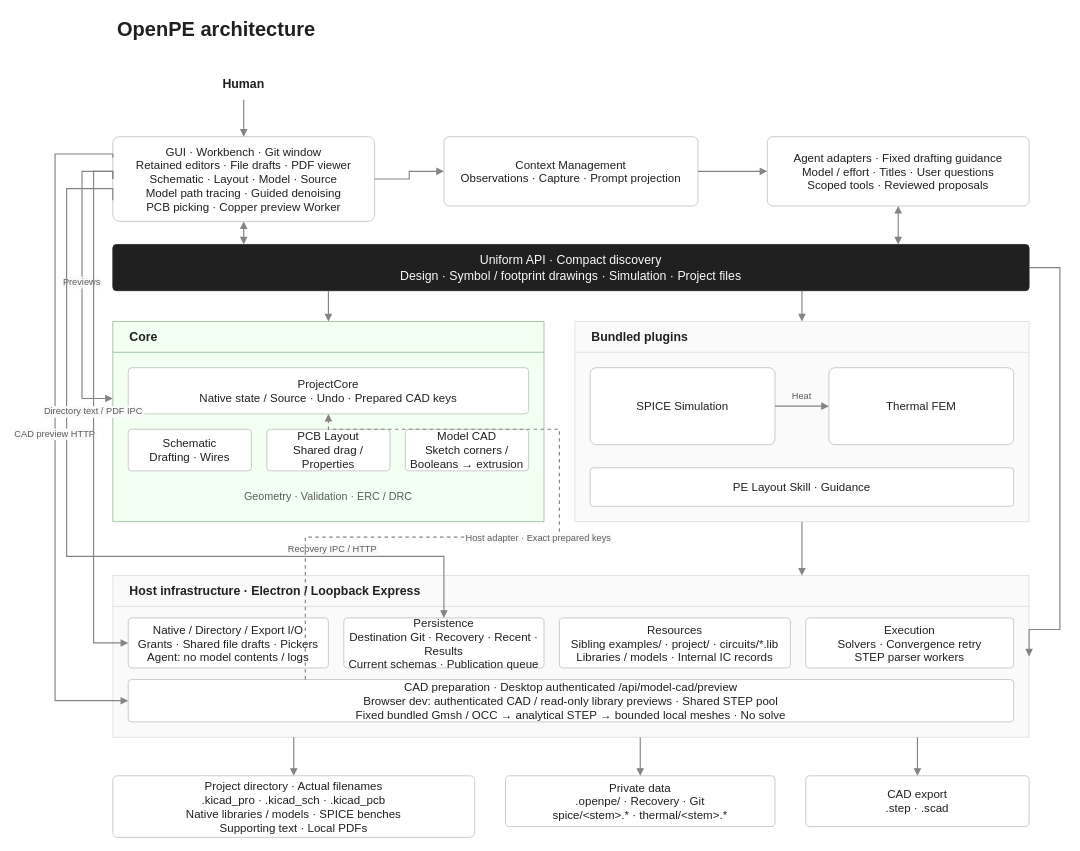
Open-Power-Electronics/OpenPE keeps this draw.io diagram as assets/architecture.drawio. Above is the earlier version. Source tidied: cells renumbered, new cells numbered last; positions are measured from the earlier drawing's top-left corner, leaving out a move shared by most shapes. Both pictures are drawn from the tidied source at 77%, with x=0, y=0 at pixel (55, 13).
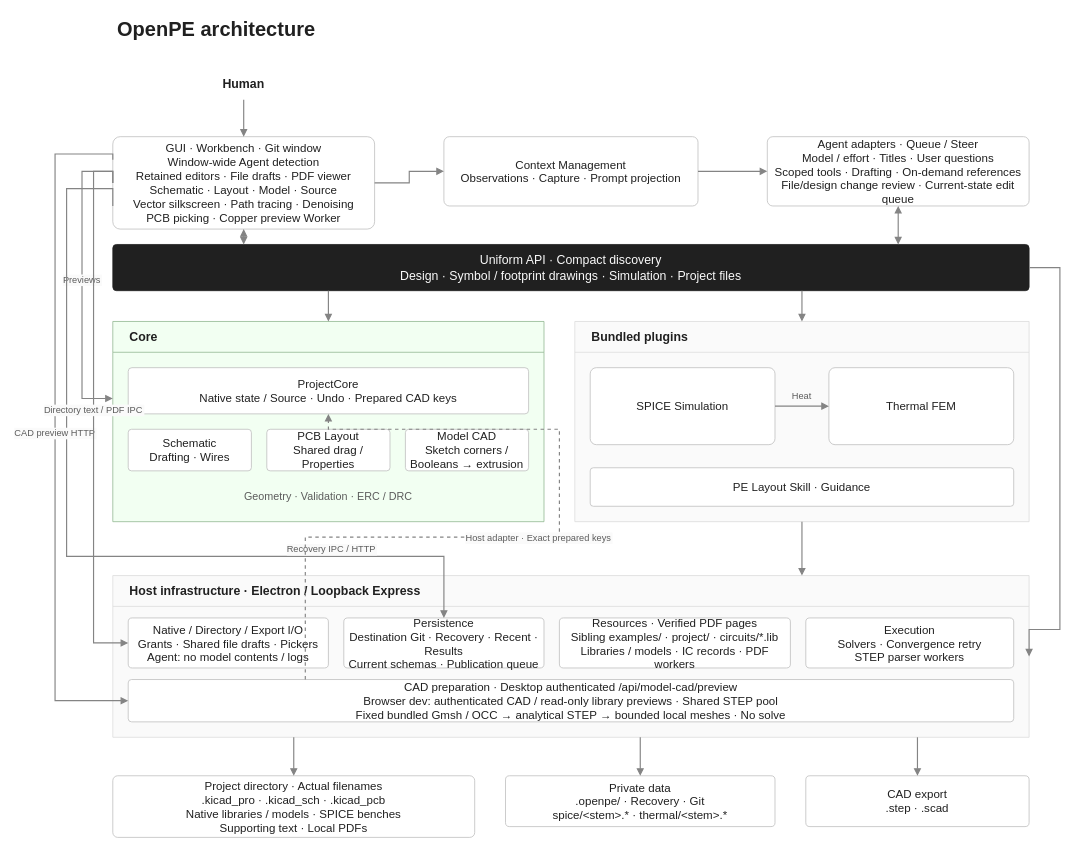
The same page after the edit.

The change refers to these unchanged cells:
```xml
<mxCell id="18" value="Host infrastructure · Electron / Loopback Express" style="swimlane;html=0;whiteSpace=wrap;fontFamily=Arial;fontSize=16;fontColor=#202020;fillColor=#fafafa;strokeColor=#dbdbdb;strokeWidth=1;shadow=0;arcSize=8;fontStyle=1;align=left;verticalAlign=middle;horizontal=1;startSize=40;swimlaneFillColor=#fafafa;spacingLeft=20;" parent="1" vertex="1">
  <mxGeometry x="75" y="730" width="1190" height="210" as="geometry" />
</mxCell>
```

Diff of the diagram source:
```diff
@@
-    <mxCell id="4" value="GUI · Workbench · Git window&#10;Retained editors · File drafts · PDF viewer&#10;Schematic · Layout · Model · Source&#10;Model path tracing · Guided denoising&#10;PCB picking · Copper preview Worker" style="rounded=1;html=0;whiteSpace=wrap;fontFamily=Arial;fontSize=15;fontColor=#202020;fillColor=#ffffff;strokeColor=#bdbdbd;strokeWidth=1;shadow=0;arcSize=8;fontStyle=0;align=center;verticalAlign=middle;spacing=6;" parent="1" vertex="1">
-      <mxGeometry x="75" y="160" width="340" height="110" as="geometry" />
+    <mxCell id="4" value="GUI · Workbench · Git window&#10;Window-wide Agent detection&#10;Retained editors · File drafts · PDF viewer&#10;Schematic · Layout · Model · Source&#10;Vector silkscreen · Path tracing · Denoising&#10;PCB picking · Copper preview Worker" style="rounded=1;html=0;whiteSpace=wrap;fontFamily=Arial;fontSize=15;fontColor=#202020;fillColor=#ffffff;strokeColor=#bdbdbd;strokeWidth=1;shadow=0;arcSize=8;fontStyle=0;align=center;verticalAlign=middle;spacing=6;" parent="1" vertex="1">
+      <mxGeometry x="75" y="160" width="340" height="120" as="geometry" />
     </mxCell>
@@
-    <mxCell id="6" value="Agent adapters · Fixed drafting guidance&#10;Model / effort · Titles · User questions&#10;Scoped tools · Reviewed proposals" style="rounded=1;html=0;whiteSpace=wrap;fontFamily=Arial;fontSize=15;fontColor=#202020;fillColor=#ffffff;strokeColor=#bdbdbd;strokeWidth=1;shadow=0;arcSize=8;fontStyle=0;align=center;verticalAlign=middle;spacing=6;" parent="1" vertex="1">
+    <mxCell id="6" value="Agent adapters · Queue / Steer&#10;Model / effort · Titles · User questions&#10;Scoped tools · Drafting · On-demand references&#10;File/design change review · Current-state edit queue" style="rounded=1;html=0;whiteSpace=wrap;fontFamily=Arial;fontSize=15;fontColor=#202020;fillColor=#ffffff;strokeColor=#bdbdbd;strokeWidth=1;shadow=0;arcSize=8;fontStyle=0;align=center;verticalAlign=middle;spacing=6;" parent="1" vertex="1">
       <mxGeometry x="925" y="160" width="340" height="90" as="geometry" />
     </mxCell>
@@
-    <mxCell id="21" value="Resources&#10;Sibling examples/ · project/ · circuits/*.lib&#10;Libraries / models · Internal IC records" style="rounded=1;html=0;whiteSpace=wrap;fontFamily=Arial;fontSize=15;fontColor=#202020;fillColor=#ffffff;strokeColor=#bdbdbd;strokeWidth=1;shadow=0;arcSize=8;fontStyle=0;align=center;verticalAlign=middle;spacing=6;" parent="18" vertex="1">
+    <mxCell id="21" value="Resources · Verified PDF pages&#10;Sibling examples/ · project/ · circuits/*.lib&#10;Libraries / models · IC records · PDF workers" style="rounded=1;html=0;whiteSpace=wrap;fontFamily=Arial;fontSize=15;fontColor=#202020;fillColor=#ffffff;strokeColor=#bdbdbd;strokeWidth=1;shadow=0;arcSize=8;fontStyle=0;align=center;verticalAlign=middle;spacing=6;" parent="18" vertex="1">
       <mxGeometry x="580" y="55" width="300" height="65" as="geometry" />
     </mxCell>
```
